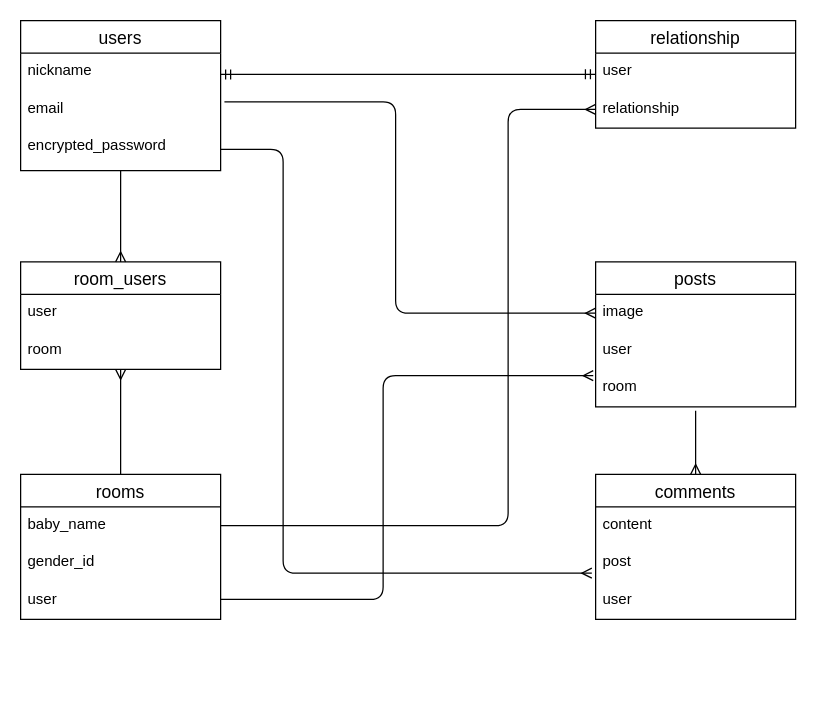
kuniterukbo/babylog keeps this draw.io diagram as test.dio. Above is the earlier version. Source tidied: cells renumbered, new cells numbered last; positions are measured from the earlier drawing's top-left corner, leaving out a move shared by most shapes. Both pictures are drawn from the tidied source at 125%, with x=0, y=0 at pixel (20, 20).
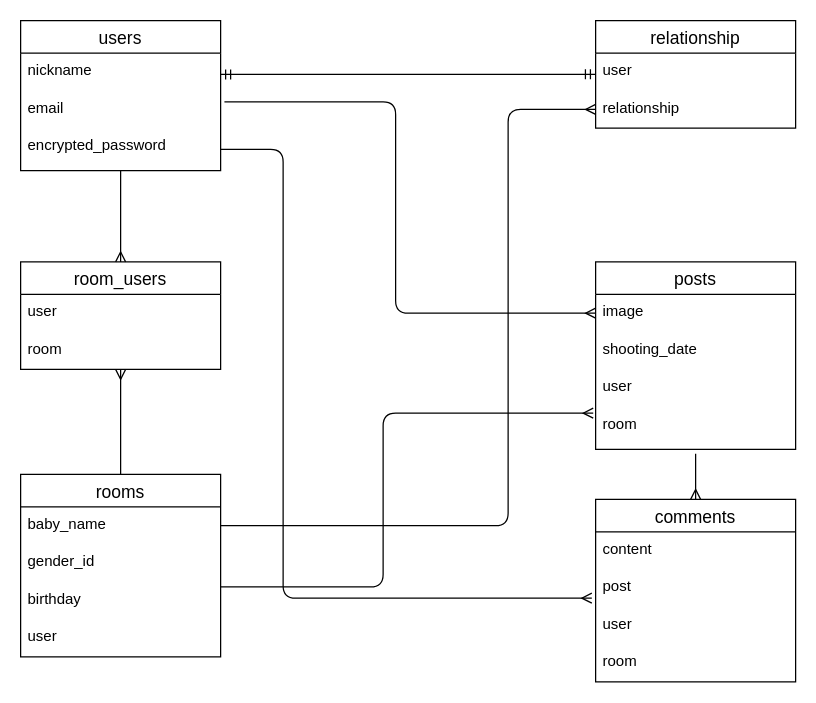
The same page after the edit.

Unchanged cells that the change refers to:
```xml
<mxCell id="5" value="encrypted_password" style="text;strokeColor=none;fillColor=none;spacingLeft=4;spacingRight=4;overflow=hidden;points=[[0,0.5],[1,0.5]];portConstraint=eastwest;fontSize=12;" parent="2" vertex="1">
  <mxGeometry y="86" width="160" height="34" as="geometry" />
</mxCell>
<mxCell id="23" value="post" style="text;strokeColor=none;fillColor=none;spacingLeft=4;spacingRight=4;overflow=hidden;points=[[0,0.5],[1,0.5]];portConstraint=eastwest;fontSize=12;" parent="21" vertex="1">
  <mxGeometry y="56" width="160" height="30" as="geometry" />
</mxCell>
```

What changed in the source:
```diff
@@
     <mxCell id="6" value="rooms" style="swimlane;fontStyle=0;horizontal=1;startSize=26;align=center;fontSize=14;" parent="1" vertex="1">
-      <mxGeometry y="363" width="160" height="116" as="geometry" />
+      <mxGeometry y="363" width="160" height="146" as="geometry" />
     </mxCell>
@@
-    <mxCell id="9" value="user" style="text;strokeColor=none;fillColor=none;spacingLeft=4;spacingRight=4;overflow=hidden;fontSize=12;" parent="6" vertex="1">
+    <mxCell id="9" value="birthday" style="text;strokeColor=none;fillColor=none;spacingLeft=4;spacingRight=4;overflow=hidden;fontSize=12;" parent="6" vertex="1">
       <mxGeometry y="86" width="160" height="30" as="geometry" />
     </mxCell>
+    <mxCell id="32" value="user" style="text;strokeColor=none;fillColor=none;spacingLeft=4;spacingRight=4;overflow=hidden;fontSize=12;" parent="6" vertex="1">
+      <mxGeometry y="116" width="160" height="30" as="geometry" />
+    </mxCell>
@@
     <mxCell id="13" value="posts" style="swimlane;fontStyle=0;horizontal=1;startSize=26;align=center;fontSize=14;" parent="1" vertex="1">
-      <mxGeometry x="460" y="193" width="160" height="116" as="geometry" />
+      <mxGeometry x="460" y="193" width="160" height="150" as="geometry" />
     </mxCell>
@@
+    <mxCell id="33" value="shooting_date" style="text;strokeColor=none;fillColor=none;spacingLeft=4;spacingRight=4;overflow=hidden;fontSize=12;" parent="13" vertex="1">
+      <mxGeometry y="56" width="160" height="30" as="geometry" />
+    </mxCell>
     <mxCell id="15" value="user" style="text;strokeColor=none;fillColor=none;spacingLeft=4;spacingRight=4;overflow=hidden;points=[[0,0.5],[1,0.5]];portConstraint=eastwest;fontSize=12;" parent="13" vertex="1">
-      <mxGeometry y="56" width="160" height="30" as="geometry" />
+      <mxGeometry y="86" width="160" height="30" as="geometry" />
     </mxCell>
     <mxCell id="16" value="room" style="text;strokeColor=none;fillColor=none;spacingLeft=4;spacingRight=4;overflow=hidden;points=[[0,0.5],[1,0.5]];portConstraint=eastwest;fontSize=12;" parent="13" vertex="1">
-      <mxGeometry y="86" width="160" height="30" as="geometry" />
+      <mxGeometry y="116" width="160" height="34" as="geometry" />
     </mxCell>
@@
     <mxCell id="21" value="comments" style="swimlane;fontStyle=0;horizontal=1;startSize=26;align=center;fontSize=14;" parent="1" vertex="1">
-      <mxGeometry x="460" y="363" width="160" height="116" as="geometry" />
+      <mxGeometry x="460" y="383" width="160" height="146" as="geometry" />
     </mxCell>
@@
+    <mxCell id="34" value="room" style="text;strokeColor=none;fillColor=none;spacingLeft=4;spacingRight=4;overflow=hidden;fontSize=12;" parent="21" vertex="1">
+      <mxGeometry y="116" width="160" height="30" as="geometry" />
+    </mxCell>
@@
     <mxCell id="28" style="edgeStyle=orthogonalEdgeStyle;fontSize=12;html=1;endArrow=ERmany;entryX=-0.012;entryY=1.167;entryDx=0;entryDy=0;entryPerimeter=0;" parent="1" edge="1" target="15">
       <mxGeometry relative="1" as="geometry">
-        <mxPoint x="160" y="463" as="sourcePoint" />
+        <mxPoint x="160" y="453" as="sourcePoint" />
         <Array as="points">
-          <mxPoint x="290" y="463" />
-          <mxPoint x="290" y="284" />
+          <mxPoint x="160" y="453" />
+          <mxPoint x="290" y="453" />
+          <mxPoint x="290" y="314" />
         </Array>
       </mxGeometry>
     </mxCell>
@@
     <mxCell id="31" style="edgeStyle=orthogonalEdgeStyle;fontSize=12;html=1;endArrow=ERmany;exitX=1;exitY=0.5;exitDx=0;exitDy=0;entryX=-0.019;entryY=0.767;entryDx=0;entryDy=0;entryPerimeter=0;" parent="1" edge="1" source="5" target="23">
       <mxGeometry relative="1" as="geometry">
         <Array as="points">
           <mxPoint x="210" y="103" />
-          <mxPoint x="210" y="442" />
+          <mxPoint x="210" y="462" />
         </Array>
       </mxGeometry>
     </mxCell>
```
